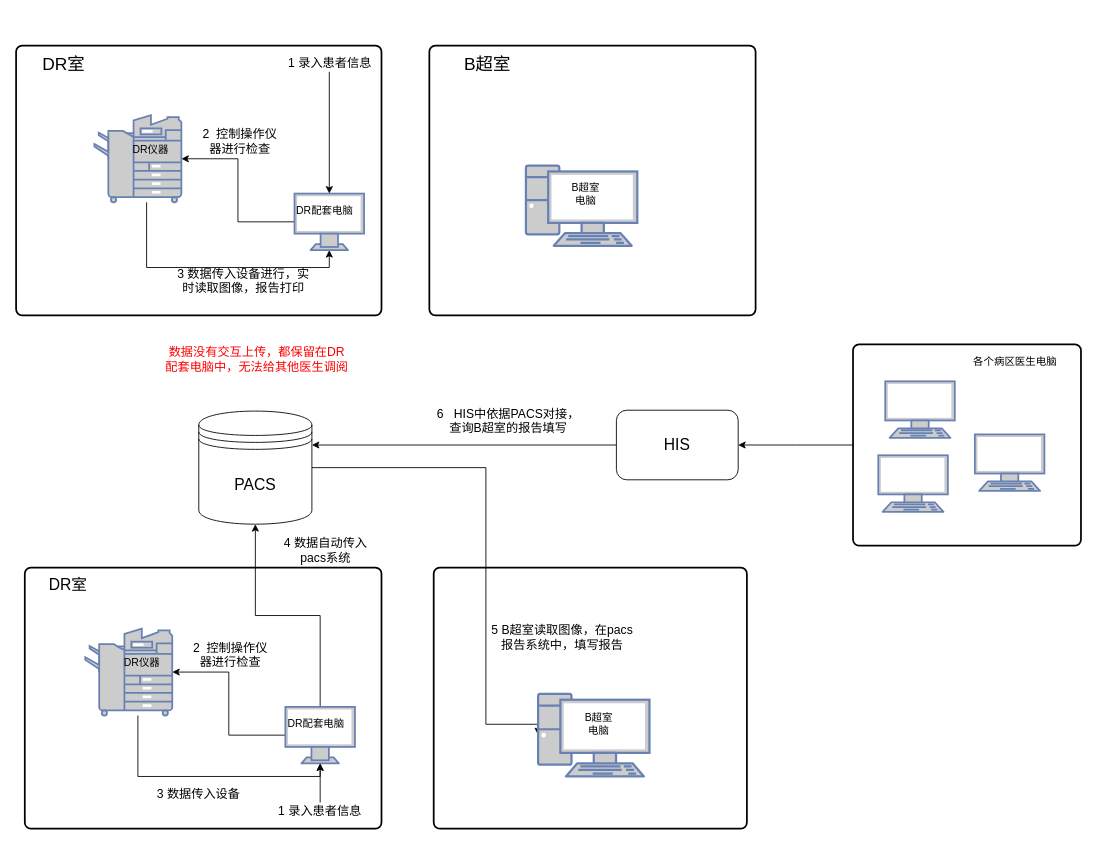
The draw.io diagram page "Page-4" (4 of 4) of Untitled Diagram.drawio in lzdong0714/note, before the edit. Source tidied: cells renumbered, new cells numbered last; positions are measured from the earlier drawing's top-left corner, leaving out a move shared by most shapes. Both pictures are drawn from the tidied source at 87%, with x=0, y=0 at pixel (16, 45).
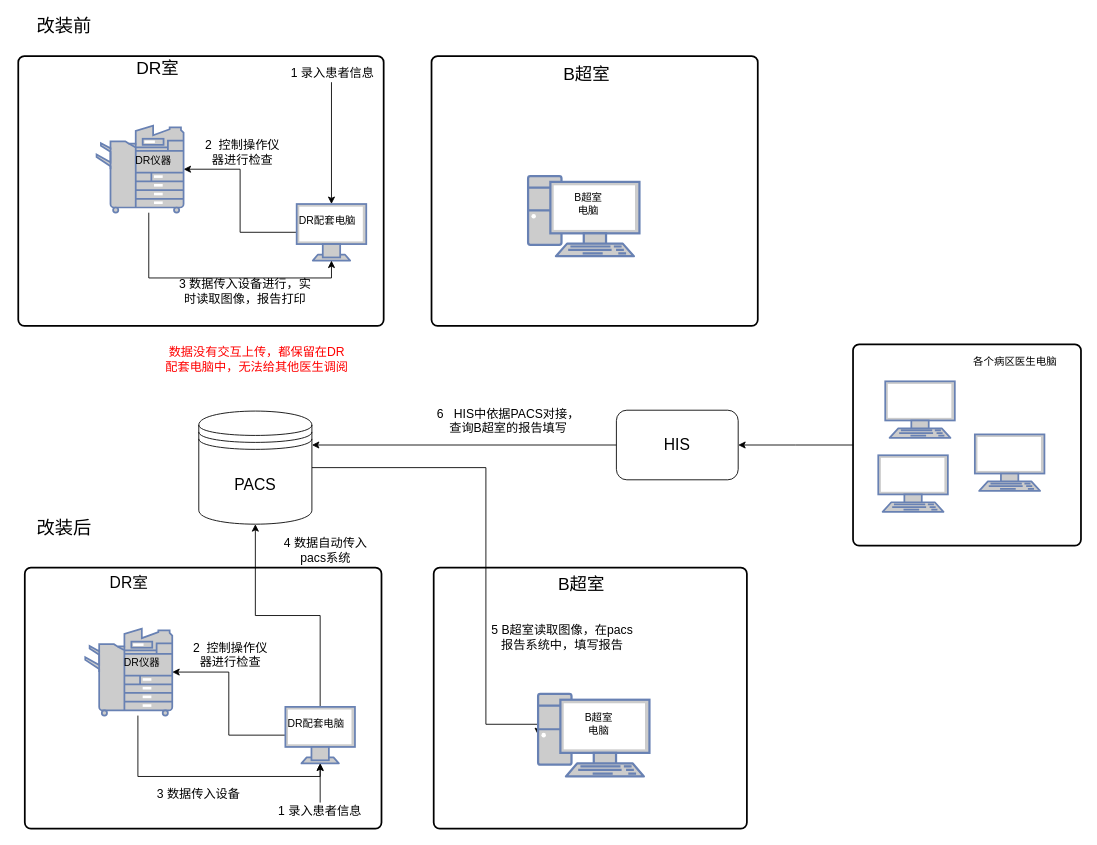
The same page after the edit.

What changed in the source:
```diff
@@
     <mxCell id="3" style="rounded=1;whiteSpace=wrap;html=1;absoluteArcSize=1;arcSize=14;strokeWidth=2;" parent="1" vertex="1">
-      <mxGeometry width="420" height="310" as="geometry" />
+      <mxGeometry x="2.5" y="12" width="420" height="310" as="geometry" />
     </mxCell>
     <mxCell id="4" style="rounded=1;whiteSpace=wrap;html=1;absoluteArcSize=1;arcSize=14;strokeWidth=2;" parent="1" vertex="1">
-      <mxGeometry x="475" width="375" height="310" as="geometry" />
+      <mxGeometry x="477.5" y="12" width="375" height="310" as="geometry" />
     </mxCell>
@@
     <mxCell id="6" style="fontColor=#0066CC;verticalAlign=top;verticalLabelPosition=bottom;labelPosition=center;align=center;html=1;outlineConnect=0;fillColor=#CCCCCC;strokeColor=#6881B3;gradientColor=none;gradientDirection=north;strokeWidth=2;shape=mxgraph.networks.monitor;" parent="1" vertex="1">
-      <mxGeometry x="320" y="170" width="80" height="65" as="geometry" />
+      <mxGeometry x="322.5" y="182" width="80" height="65" as="geometry" />
     </mxCell>
     <mxCell id="7" style="fontColor=#0066CC;verticalAlign=top;verticalLabelPosition=bottom;labelPosition=center;align=center;html=1;fillColor=#CCCCCC;strokeColor=#6881B3;gradientColor=none;gradientDirection=north;strokeWidth=2;shape=mxgraph.networks.pc;" parent="1" vertex="1">
-      <mxGeometry x="586" y="138" width="128" height="92" as="geometry" />
+      <mxGeometry x="588.5" y="150" width="128" height="92" as="geometry" />
     </mxCell>
     <mxCell id="8" style="edgeStyle=orthogonalEdgeStyle;rounded=0;jettySize=auto;html=1;entryX=0.5;entryY=1;entryDx=0;entryDy=0;entryPerimeter=0;" parent="1" edge="1" source="9" target="6">
       <mxGeometry relative="1" as="geometry">
         <Array as="points">
-          <mxPoint x="150" y="255" />
-          <mxPoint x="360" y="255" />
+          <mxPoint x="152.5" y="267" />
+          <mxPoint x="362.5" y="267" />
         </Array>
       </mxGeometry>
     </mxCell>
     <mxCell id="9" style="fontColor=#0066CC;verticalAlign=top;verticalLabelPosition=bottom;labelPosition=center;align=center;html=1;outlineConnect=0;fillColor=#CCCCCC;strokeColor=#6881B3;gradientColor=none;gradientDirection=north;strokeWidth=2;shape=mxgraph.networks.copier;" parent="1" vertex="1">
-      <mxGeometry x="90" y="80" width="100" height="100" as="geometry" />
+      <mxGeometry x="92.5" y="92" width="100" height="100" as="geometry" />
     </mxCell>
     <mxCell id="10" value="DR仪器" style="text;html=1;strokeColor=none;fillColor=none;align=center;verticalAlign=middle;whiteSpace=wrap;rounded=0;" parent="1" vertex="1">
-      <mxGeometry x="120" y="110" width="70" height="20" as="geometry" />
+      <mxGeometry x="122.5" y="122" width="70" height="20" as="geometry" />
     </mxCell>
     <mxCell id="11" value="DR配套电脑" style="text;html=1;strokeColor=none;fillColor=none;align=center;verticalAlign=middle;whiteSpace=wrap;rounded=0;" parent="1" vertex="1">
-      <mxGeometry x="320" y="180" width="70" height="20" as="geometry" />
+      <mxGeometry x="322.5" y="192" width="70" height="20" as="geometry" />
     </mxCell>
     <mxCell id="12" value="B超室电脑" style="text;html=1;strokeColor=none;fillColor=none;align=center;verticalAlign=middle;whiteSpace=wrap;rounded=0;" parent="1" vertex="1">
-      <mxGeometry x="635" y="160" width="40" height="20" as="geometry" />
+      <mxGeometry x="637.5" y="172" width="40" height="20" as="geometry" />
     </mxCell>
     <mxCell id="13" value="&lt;font style=&quot;font-size: 14px&quot;&gt;1 录入患者信息&lt;/font&gt;" style="text;html=1;strokeColor=none;fillColor=none;align=center;verticalAlign=middle;whiteSpace=wrap;rounded=0;" parent="1" vertex="1">
-      <mxGeometry x="311" y="10" width="100" height="20" as="geometry" />
+      <mxGeometry x="313.5" y="22" width="100" height="20" as="geometry" />
     </mxCell>
     <mxCell id="14" style="endArrow=classic;html=1;entryX=0.5;entryY=0;entryDx=0;entryDy=0;entryPerimeter=0;" parent="1" edge="1" target="6">
       <mxGeometry relative="1" as="geometry">
-        <mxPoint x="360" y="30" as="sourcePoint" />
+        <mxPoint x="362.5" y="42" as="sourcePoint" />
       </mxGeometry>
     </mxCell>
     <mxCell id="15" value="&lt;font style=&quot;font-size: 14px&quot;&gt;2&amp;nbsp; 控制操作仪器进行检查&lt;/font&gt;" style="text;html=1;strokeColor=none;fillColor=none;align=center;verticalAlign=middle;whiteSpace=wrap;rounded=0;" parent="1" vertex="1">
-      <mxGeometry x="210" y="100" width="95" height="20" as="geometry" />
+      <mxGeometry x="212.5" y="112" width="95" height="20" as="geometry" />
     </mxCell>
     <mxCell id="16" value="&lt;font style=&quot;font-size: 14px&quot;&gt;3 数据传入设备进行，实时读取图像，报告打印&lt;/font&gt;" style="text;html=1;strokeColor=none;fillColor=none;align=center;verticalAlign=middle;whiteSpace=wrap;rounded=0;" parent="1" vertex="1">
-      <mxGeometry x="179.5" y="260" width="162.5" height="20" as="geometry" />
+      <mxGeometry x="182" y="272" width="162.5" height="20" as="geometry" />
     </mxCell>
     <mxCell id="17" value="&lt;font style=&quot;font-size: 20px&quot;&gt;DR室&lt;/font&gt;" style="text;html=1;strokeColor=none;fillColor=none;align=center;verticalAlign=middle;whiteSpace=wrap;rounded=0;" parent="1" vertex="1">
-      <mxGeometry x="20" y="10" width="70" height="20" as="geometry" />
+      <mxGeometry x="127.5" y="15" width="70" height="20" as="geometry" />
     </mxCell>
@@
     <mxCell id="42" value="&lt;font style=&quot;font-size: 18px&quot;&gt;DR室&lt;/font&gt;" style="text;html=1;strokeColor=none;fillColor=none;align=center;verticalAlign=middle;whiteSpace=wrap;rounded=0;" parent="1" vertex="1">
-      <mxGeometry x="30" y="610" width="60" height="20" as="geometry" />
+      <mxGeometry x="99.5" y="608" width="60" height="20" as="geometry" />
     </mxCell>
@@
     <mxCell id="46" value="&lt;font style=&quot;font-size: 20px&quot;&gt;B超室&lt;/font&gt;" style="text;html=1;strokeColor=none;fillColor=none;align=center;verticalAlign=middle;whiteSpace=wrap;rounded=0;" parent="1" vertex="1">
-      <mxGeometry x="509" y="10" width="66" height="20" as="geometry" />
+      <mxGeometry x="622.5" y="22" width="66" height="20" as="geometry" />
     </mxCell>
@@
+    <mxCell id="48" value="&lt;font style=&quot;font-size: 21px&quot;&gt;改装前&lt;/font&gt;" style="text;html=1;strokeColor=none;fillColor=none;align=center;verticalAlign=middle;whiteSpace=wrap;rounded=0;" parent="1" vertex="1">
+      <mxGeometry x="2.5" y="-33" width="105" height="20" as="geometry" />
+    </mxCell>
+    <mxCell id="49" value="&lt;font style=&quot;font-size: 21px&quot;&gt;改装后&lt;/font&gt;" style="text;html=1;strokeColor=none;fillColor=none;align=center;verticalAlign=middle;whiteSpace=wrap;rounded=0;" parent="1" vertex="1">
+      <mxGeometry x="2.5" y="544" width="105" height="20" as="geometry" />
+    </mxCell>
+    <mxCell id="50" value="&lt;font style=&quot;font-size: 20px&quot;&gt;B超室&lt;/font&gt;" style="text;html=1;strokeColor=none;fillColor=none;align=center;verticalAlign=middle;whiteSpace=wrap;rounded=0;" parent="1" vertex="1">
+      <mxGeometry x="617" y="608" width="66" height="20" as="geometry" />
+    </mxCell>
```
